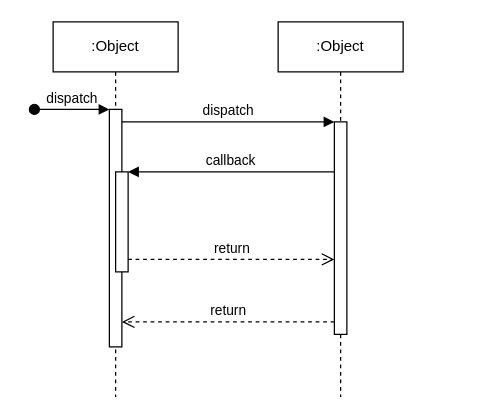
Earlier version of the draw.io diagram Rückmeldung LBV PersNr.drawio (Fa8io/Sequenzdiagramm). Source tidied: cells renumbered, new cells numbered last; positions are measured from the earlier drawing's top-left corner, leaving out a move shared by most shapes. Both pictures are drawn from the tidied source at 125%, with x=0, y=0 at pixel (34, 21).
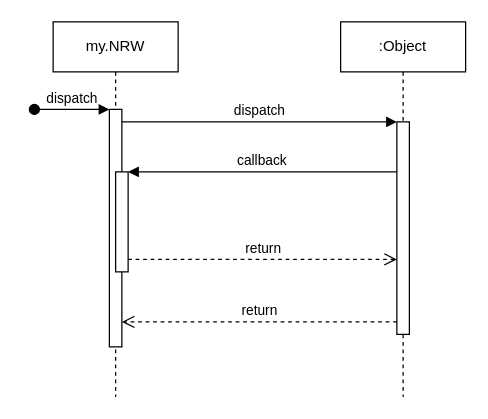
Above is the later version.

The edit, as a diff of the source:
```diff
@@
 <mxGraphModel>
   <root>
     <mxCell id="0" />
     <mxCell id="1" parent="0" />
-    <mxCell id="2" value=":Object" style="shape=umlLifeline;perimeter=lifelinePerimeter;whiteSpace=wrap;html=1;newEdgeStyle={&quot;edgeStyle&quot;:&quot;elbowEdgeStyle&quot;,&quot;elbow&quot;:&quot;vertical&quot;,&quot;curved&quot;:0,&quot;rounded&quot;:0};" parent="1" vertex="1">
+    <mxCell id="2" value="my.NRW" style="shape=umlLifeline;perimeter=lifelinePerimeter;whiteSpace=wrap;html=1;newEdgeStyle={&quot;edgeStyle&quot;:&quot;elbowEdgeStyle&quot;,&quot;elbow&quot;:&quot;vertical&quot;,&quot;curved&quot;:0,&quot;rounded&quot;:0};" parent="1" vertex="1">
       <mxGeometry x="15" width="100" height="300" as="geometry" />
     </mxCell>
     <mxCell id="3" style="html=1;points=[];perimeter=orthogonalPerimeter;outlineConnect=0;targetShapes=umlLifeline;portConstraint=eastwest;newEdgeStyle={&quot;edgeStyle&quot;:&quot;elbowEdgeStyle&quot;,&quot;elbow&quot;:&quot;vertical&quot;,&quot;curved&quot;:0,&quot;rounded&quot;:0};" parent="2" vertex="1">
       <mxGeometry x="45" y="70" width="10" height="190" as="geometry" />
     </mxCell>
     <mxCell id="4" value="dispatch" style="html=1;verticalAlign=bottom;startArrow=oval;endArrow=block;startSize=8;edgeStyle=elbowEdgeStyle;elbow=vertical;curved=0;rounded=0;" parent="2" edge="1" target="3">
       <mxGeometry relative="1" as="geometry">
         <mxPoint x="-15" y="70" as="sourcePoint" />
       </mxGeometry>
     </mxCell>
     <mxCell id="5" style="html=1;points=[];perimeter=orthogonalPerimeter;outlineConnect=0;targetShapes=umlLifeline;portConstraint=eastwest;newEdgeStyle={&quot;edgeStyle&quot;:&quot;elbowEdgeStyle&quot;,&quot;elbow&quot;:&quot;vertical&quot;,&quot;curved&quot;:0,&quot;rounded&quot;:0};" parent="2" vertex="1">
       <mxGeometry x="50" y="120" width="10" height="80" as="geometry" />
     </mxCell>
     <mxCell id="6" value=":Object" style="shape=umlLifeline;perimeter=lifelinePerimeter;whiteSpace=wrap;html=1;newEdgeStyle={&quot;edgeStyle&quot;:&quot;elbowEdgeStyle&quot;,&quot;elbow&quot;:&quot;vertical&quot;,&quot;curved&quot;:0,&quot;rounded&quot;:0};" parent="1" vertex="1">
-      <mxGeometry x="195" width="100" height="300" as="geometry" />
+      <mxGeometry x="245" width="100" height="300" as="geometry" />
     </mxCell>
     <mxCell id="7" style="html=1;points=[];perimeter=orthogonalPerimeter;outlineConnect=0;targetShapes=umlLifeline;portConstraint=eastwest;newEdgeStyle={&quot;edgeStyle&quot;:&quot;elbowEdgeStyle&quot;,&quot;elbow&quot;:&quot;vertical&quot;,&quot;curved&quot;:0,&quot;rounded&quot;:0};" parent="6" vertex="1">
       <mxGeometry x="45" y="80" width="10" height="170" as="geometry" />
     </mxCell>
     <mxCell id="8" value="dispatch" style="html=1;verticalAlign=bottom;endArrow=block;edgeStyle=elbowEdgeStyle;elbow=vertical;curved=0;rounded=0;" parent="1" edge="1" source="3" target="7">
       <mxGeometry relative="1" as="geometry">
         <Array as="points">
           <mxPoint x="155" y="80" />
         </Array>
       </mxGeometry>
     </mxCell>
     <mxCell id="9" value="return" style="html=1;verticalAlign=bottom;endArrow=open;dashed=1;endSize=8;edgeStyle=elbowEdgeStyle;elbow=vertical;curved=0;rounded=0;" parent="1" edge="1" source="7" target="3">
       <mxGeometry relative="1" as="geometry">
         <Array as="points">
           <mxPoint x="165" y="240" />
         </Array>
       </mxGeometry>
     </mxCell>
     <mxCell id="10" value="callback" style="html=1;verticalAlign=bottom;endArrow=block;edgeStyle=elbowEdgeStyle;elbow=vertical;curved=0;rounded=0;" parent="1" edge="1" source="7" target="5">
       <mxGeometry relative="1" as="geometry">
         <Array as="points">
           <mxPoint x="165" y="120" />
         </Array>
       </mxGeometry>
     </mxCell>
     <mxCell id="11" value="return" style="html=1;verticalAlign=bottom;endArrow=open;dashed=1;endSize=8;edgeStyle=elbowEdgeStyle;elbow=vertical;curved=0;rounded=0;" parent="1" edge="1" source="5" target="7">
       <mxGeometry relative="1" as="geometry">
         <Array as="points">
           <mxPoint x="155" y="190" />
         </Array>
       </mxGeometry>
     </mxCell>
   </root>
 </mxGraphModel>
```
